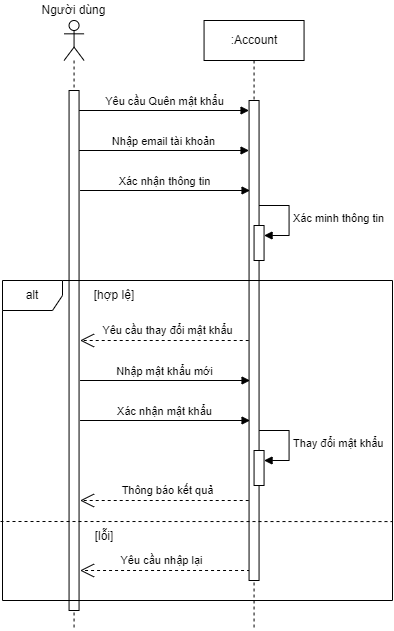
This is latex_thesis/Images/sequence/sequence_forgot_password.png from techcomrade/fmECG, a draw.io export, as it was before one commit. Source tidied: cells renumbered, new cells last; positions are measured from the earlier drawing's top-left corner, leaving out a move shared by most shapes. Source of this version:
```xml
<mxGraphModel>
  <root>
    <mxCell id="0" />
    <mxCell id="1" parent="0" />
    <mxCell id="2" value="Yêu cầu Quên mật khẩu" style="html=1;verticalAlign=bottom;endArrow=block;curved=0;rounded=0;" parent="1" edge="1" target="11">
      <mxGeometry relative="1" as="geometry">
        <mxPoint x="78.6" y="110" as="sourcePoint" />
      </mxGeometry>
    </mxCell>
    <mxCell id="3" value="Nhập email tài khoản" style="html=1;verticalAlign=bottom;endArrow=block;curved=0;rounded=0;" parent="1" edge="1">
      <mxGeometry relative="1" as="geometry">
        <mxPoint x="78.6" y="150" as="sourcePoint" />
        <mxPoint x="248.6" y="150" as="targetPoint" />
      </mxGeometry>
    </mxCell>
    <mxCell id="4" value="[hợp lệ]" style="text;html=1;strokeColor=none;fillColor=none;align=center;verticalAlign=middle;whiteSpace=wrap;rounded=0;" parent="1" vertex="1">
      <mxGeometry x="73.6" y="280" width="80.2" height="30" as="geometry" />
    </mxCell>
    <mxCell id="5" value="[lỗi]" style="text;html=1;strokeColor=none;fillColor=none;align=center;verticalAlign=middle;whiteSpace=wrap;rounded=0;" parent="1" vertex="1">
      <mxGeometry x="73.6" y="521" width="60" height="30" as="geometry" />
    </mxCell>
    <mxCell id="6" value="Yêu cầu nhập lại" style="endArrow=open;endSize=12;dashed=1;html=1;rounded=0;" parent="1" edge="1">
      <mxGeometry x="0.03" y="-10" relative="1" as="geometry">
        <mxPoint x="249.6" y="570" as="sourcePoint" />
        <mxPoint x="79.6" y="570" as="targetPoint" />
        <mxPoint x="-1" as="offset" />
      </mxGeometry>
    </mxCell>
    <mxCell id="7" value="&lt;div&gt;&lt;br&gt;&lt;/div&gt;" style="shape=umlLifeline;perimeter=lifelinePerimeter;whiteSpace=wrap;html=1;newEdgeStyle={&quot;curved&quot;:0,&quot;rounded&quot;:0};participant=umlActor;" parent="1" vertex="1">
      <mxGeometry x="63.6" y="20" width="20" height="610" as="geometry" />
    </mxCell>
    <mxCell id="8" style="html=1;perimeter=orthogonalPerimeter;targetShapes=umlLifeline;newEdgeStyle={&quot;curved&quot;:0,&quot;rounded&quot;:0};" parent="7" vertex="1">
      <mxGeometry x="5" y="70" width="10" height="520" as="geometry" />
    </mxCell>
    <mxCell id="9" value="Người dùng" style="text;html=1;strokeColor=none;fillColor=none;align=center;verticalAlign=middle;whiteSpace=wrap;rounded=0;" parent="1" vertex="1">
      <mxGeometry x="39" width="69.1" height="20" as="geometry" />
    </mxCell>
    <mxCell id="10" value=":Account" style="shape=umlLifeline;perimeter=lifelinePerimeter;whiteSpace=wrap;html=1;newEdgeStyle={&quot;curved&quot;:0,&quot;rounded&quot;:0};" parent="1" vertex="1">
      <mxGeometry x="203.6" y="20" width="100" height="610" as="geometry" />
    </mxCell>
    <mxCell id="11" style="html=1;points=[[0,0,0,0,5],[0,1,0,0,-5],[1,0,0,0,5],[1,1,0,0,-5]];perimeter=orthogonalPerimeter;outlineConnect=0;targetShapes=umlLifeline;portConstraint=eastwest;newEdgeStyle={&quot;curved&quot;:0,&quot;rounded&quot;:0};" parent="10" vertex="1">
      <mxGeometry x="45" y="80" width="10" height="480" as="geometry" />
    </mxCell>
    <mxCell id="12" style="html=1;points=[[0,0,0,0,5],[0,1,0,0,-5],[1,0,0,0,5],[1,1,0,0,-5]];perimeter=orthogonalPerimeter;outlineConnect=0;targetShapes=umlLifeline;portConstraint=eastwest;newEdgeStyle={&quot;curved&quot;:0,&quot;rounded&quot;:0};" parent="10" vertex="1">
      <mxGeometry x="50" y="205" width="10" height="35" as="geometry" />
    </mxCell>
    <mxCell id="13" value="Xác minh thông tin" style="html=1;align=left;spacingLeft=2;endArrow=block;rounded=0;edgeStyle=orthogonalEdgeStyle;curved=0;rounded=0;" parent="10" edge="1" target="12">
      <mxGeometry relative="1" as="geometry">
        <mxPoint x="55" y="185" as="sourcePoint" />
        <Array as="points">
          <mxPoint x="85" y="215" />
        </Array>
      </mxGeometry>
    </mxCell>
    <mxCell id="14" value="Yêu cầu thay đổi mật khẩu" style="endArrow=open;endSize=12;dashed=1;html=1;rounded=0;" parent="1" edge="1">
      <mxGeometry x="-0.03" y="-10" relative="1" as="geometry">
        <mxPoint x="248.2" y="340" as="sourcePoint" />
        <mxPoint x="79.6" y="340" as="targetPoint" />
      </mxGeometry>
    </mxCell>
    <mxCell id="15" style="endArrow=none;dashed=1;html=1;rounded=0;entryX=1;entryY=0.719;entryDx=0;entryDy=0;entryPerimeter=0;" parent="1" edge="1">
      <mxGeometry relative="1" as="geometry">
        <mxPoint y="521" as="sourcePoint" />
        <mxPoint x="392" y="521.1" as="targetPoint" />
      </mxGeometry>
    </mxCell>
    <mxCell id="16" value="Xác nhận thông tin" style="html=1;verticalAlign=bottom;endArrow=block;curved=0;rounded=0;" parent="1" edge="1">
      <mxGeometry relative="1" as="geometry">
        <mxPoint x="79.6" y="190" as="sourcePoint" />
        <mxPoint x="249.6" y="190" as="targetPoint" />
      </mxGeometry>
    </mxCell>
    <mxCell id="17" value="alt" style="shape=umlFrame;whiteSpace=wrap;html=1;" parent="1" vertex="1">
      <mxGeometry x="2" y="280" width="390" height="320" as="geometry" />
    </mxCell>
    <mxCell id="18" value="Nhập mật khẩu mới" style="html=1;verticalAlign=bottom;endArrow=block;curved=0;rounded=0;" parent="1" edge="1">
      <mxGeometry relative="1" as="geometry">
        <mxPoint x="79.6" y="380" as="sourcePoint" />
        <mxPoint x="249.6" y="380" as="targetPoint" />
      </mxGeometry>
    </mxCell>
    <mxCell id="19" value="Xác nhận mật khẩu" style="html=1;verticalAlign=bottom;endArrow=block;curved=0;rounded=0;" parent="1" edge="1">
      <mxGeometry relative="1" as="geometry">
        <mxPoint x="79.6" y="420" as="sourcePoint" />
        <mxPoint x="249.6" y="420" as="targetPoint" />
      </mxGeometry>
    </mxCell>
    <mxCell id="20" style="html=1;points=[[0,0,0,0,5],[0,1,0,0,-5],[1,0,0,0,5],[1,1,0,0,-5]];perimeter=orthogonalPerimeter;outlineConnect=0;targetShapes=umlLifeline;portConstraint=eastwest;newEdgeStyle={&quot;curved&quot;:0,&quot;rounded&quot;:0};" parent="1" vertex="1">
      <mxGeometry x="253.6" y="450" width="10" height="35" as="geometry" />
    </mxCell>
    <mxCell id="21" value="Thay đổi mật khẩu" style="html=1;align=left;spacingLeft=2;endArrow=block;rounded=0;edgeStyle=orthogonalEdgeStyle;curved=0;rounded=0;" parent="1" edge="1" target="20">
      <mxGeometry relative="1" as="geometry">
        <mxPoint x="258.6" y="430" as="sourcePoint" />
        <Array as="points">
          <mxPoint x="288.6" y="460" />
        </Array>
      </mxGeometry>
    </mxCell>
    <mxCell id="22" value="Thông báo kết quả" style="endArrow=open;endSize=12;dashed=1;html=1;rounded=0;" parent="1" edge="1">
      <mxGeometry x="-0.03" y="-10" relative="1" as="geometry">
        <mxPoint x="248.2" y="500" as="sourcePoint" />
        <mxPoint x="79.6" y="500" as="targetPoint" />
      </mxGeometry>
    </mxCell>
  </root>
</mxGraphModel>
```
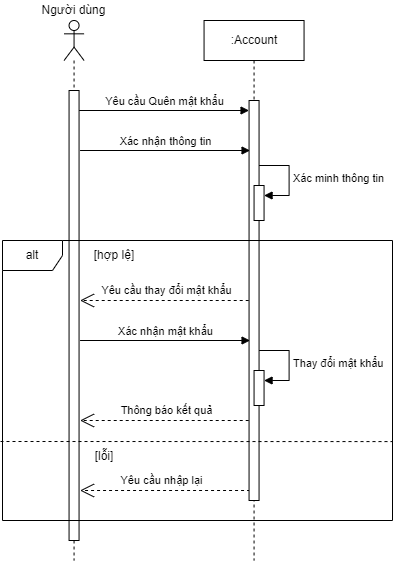
Later version of the same file.

Commit message:
fix(thesis): update sequence diagram

The edit, as a diff of the source:
```diff
@@ -7,99 +7,87 @@
         <mxPoint x="78.6" y="110" as="sourcePoint" />
       </mxGeometry>
     </mxCell>
-    <mxCell id="3" value="Nhập email tài khoản" style="html=1;verticalAlign=bottom;endArrow=block;curved=0;rounded=0;" parent="1" edge="1">
-      <mxGeometry relative="1" as="geometry">
-        <mxPoint x="78.6" y="150" as="sourcePoint" />
-        <mxPoint x="248.6" y="150" as="targetPoint" />
-      </mxGeometry>
-    </mxCell>
     <mxCell id="4" value="[hợp lệ]" style="text;html=1;strokeColor=none;fillColor=none;align=center;verticalAlign=middle;whiteSpace=wrap;rounded=0;" parent="1" vertex="1">
-      <mxGeometry x="73.6" y="280" width="80.2" height="30" as="geometry" />
+      <mxGeometry x="73.6" y="240" width="80.2" height="30" as="geometry" />
     </mxCell>
     <mxCell id="5" value="[lỗi]" style="text;html=1;strokeColor=none;fillColor=none;align=center;verticalAlign=middle;whiteSpace=wrap;rounded=0;" parent="1" vertex="1">
-      <mxGeometry x="73.6" y="521" width="60" height="30" as="geometry" />
+      <mxGeometry x="73.6" y="441" width="60" height="30" as="geometry" />
     </mxCell>
     <mxCell id="6" value="Yêu cầu nhập lại" style="endArrow=open;endSize=12;dashed=1;html=1;rounded=0;" parent="1" edge="1">
       <mxGeometry x="0.03" y="-10" relative="1" as="geometry">
-        <mxPoint x="249.6" y="570" as="sourcePoint" />
-        <mxPoint x="79.6" y="570" as="targetPoint" />
+        <mxPoint x="249.6" y="490" as="sourcePoint" />
+        <mxPoint x="79.6" y="490" as="targetPoint" />
         <mxPoint x="-1" as="offset" />
       </mxGeometry>
     </mxCell>
     <mxCell id="7" value="&lt;div&gt;&lt;br&gt;&lt;/div&gt;" style="shape=umlLifeline;perimeter=lifelinePerimeter;whiteSpace=wrap;html=1;newEdgeStyle={&quot;curved&quot;:0,&quot;rounded&quot;:0};participant=umlActor;" parent="1" vertex="1">
-      <mxGeometry x="63.6" y="20" width="20" height="610" as="geometry" />
+      <mxGeometry x="63.6" y="20" width="20" height="540" as="geometry" />
     </mxCell>
     <mxCell id="8" style="html=1;perimeter=orthogonalPerimeter;targetShapes=umlLifeline;newEdgeStyle={&quot;curved&quot;:0,&quot;rounded&quot;:0};" parent="7" vertex="1">
-      <mxGeometry x="5" y="70" width="10" height="520" as="geometry" />
+      <mxGeometry x="5" y="70" width="10" height="450" as="geometry" />
     </mxCell>
     <mxCell id="9" value="Người dùng" style="text;html=1;strokeColor=none;fillColor=none;align=center;verticalAlign=middle;whiteSpace=wrap;rounded=0;" parent="1" vertex="1">
       <mxGeometry x="39" width="69.1" height="20" as="geometry" />
     </mxCell>
     <mxCell id="10" value=":Account" style="shape=umlLifeline;perimeter=lifelinePerimeter;whiteSpace=wrap;html=1;newEdgeStyle={&quot;curved&quot;:0,&quot;rounded&quot;:0};" parent="1" vertex="1">
-      <mxGeometry x="203.6" y="20" width="100" height="610" as="geometry" />
+      <mxGeometry x="203.6" y="20" width="100" height="540" as="geometry" />
     </mxCell>
     <mxCell id="11" style="html=1;points=[[0,0,0,0,5],[0,1,0,0,-5],[1,0,0,0,5],[1,1,0,0,-5]];perimeter=orthogonalPerimeter;outlineConnect=0;targetShapes=umlLifeline;portConstraint=eastwest;newEdgeStyle={&quot;curved&quot;:0,&quot;rounded&quot;:0};" parent="10" vertex="1">
-      <mxGeometry x="45" y="80" width="10" height="480" as="geometry" />
+      <mxGeometry x="45" y="80" width="10" height="400" as="geometry" />
     </mxCell>
     <mxCell id="12" style="html=1;points=[[0,0,0,0,5],[0,1,0,0,-5],[1,0,0,0,5],[1,1,0,0,-5]];perimeter=orthogonalPerimeter;outlineConnect=0;targetShapes=umlLifeline;portConstraint=eastwest;newEdgeStyle={&quot;curved&quot;:0,&quot;rounded&quot;:0};" parent="10" vertex="1">
-      <mxGeometry x="50" y="205" width="10" height="35" as="geometry" />
+      <mxGeometry x="50" y="165" width="10" height="35" as="geometry" />
     </mxCell>
     <mxCell id="13" value="Xác minh thông tin" style="html=1;align=left;spacingLeft=2;endArrow=block;rounded=0;edgeStyle=orthogonalEdgeStyle;curved=0;rounded=0;" parent="10" edge="1" target="12">
       <mxGeometry relative="1" as="geometry">
-        <mxPoint x="55" y="185" as="sourcePoint" />
+        <mxPoint x="55" y="145" as="sourcePoint" />
         <Array as="points">
-          <mxPoint x="85" y="215" />
+          <mxPoint x="85" y="175" />
         </Array>
       </mxGeometry>
     </mxCell>
     <mxCell id="14" value="Yêu cầu thay đổi mật khẩu" style="endArrow=open;endSize=12;dashed=1;html=1;rounded=0;" parent="1" edge="1">
       <mxGeometry x="-0.03" y="-10" relative="1" as="geometry">
-        <mxPoint x="248.2" y="340" as="sourcePoint" />
-        <mxPoint x="79.6" y="340" as="targetPoint" />
+        <mxPoint x="248.2" y="300" as="sourcePoint" />
+        <mxPoint x="79.6" y="300" as="targetPoint" />
       </mxGeometry>
     </mxCell>
     <mxCell id="15" style="endArrow=none;dashed=1;html=1;rounded=0;entryX=1;entryY=0.719;entryDx=0;entryDy=0;entryPerimeter=0;" parent="1" edge="1">
       <mxGeometry relative="1" as="geometry">
-        <mxPoint y="521" as="sourcePoint" />
-        <mxPoint x="392" y="521.1" as="targetPoint" />
+        <mxPoint y="441" as="sourcePoint" />
+        <mxPoint x="392" y="441.1" as="targetPoint" />
       </mxGeometry>
     </mxCell>
     <mxCell id="16" value="Xác nhận thông tin" style="html=1;verticalAlign=bottom;endArrow=block;curved=0;rounded=0;" parent="1" edge="1">
       <mxGeometry relative="1" as="geometry">
-        <mxPoint x="79.6" y="190" as="sourcePoint" />
-        <mxPoint x="249.6" y="190" as="targetPoint" />
+        <mxPoint x="79.6" y="150" as="sourcePoint" />
+        <mxPoint x="249.6" y="150" as="targetPoint" />
       </mxGeometry>
     </mxCell>
     <mxCell id="17" value="alt" style="shape=umlFrame;whiteSpace=wrap;html=1;" parent="1" vertex="1">
-      <mxGeometry x="2" y="280" width="390" height="320" as="geometry" />
+      <mxGeometry x="2" y="240" width="390" height="280" as="geometry" />
     </mxCell>
-    <mxCell id="18" value="Nhập mật khẩu mới" style="html=1;verticalAlign=bottom;endArrow=block;curved=0;rounded=0;" parent="1" edge="1">
-      <mxGeometry relative="1" as="geometry">
-        <mxPoint x="79.6" y="380" as="sourcePoint" />
-        <mxPoint x="249.6" y="380" as="targetPoint" />
-      </mxGeometry>
-    </mxCell>
     <mxCell id="19" value="Xác nhận mật khẩu" style="html=1;verticalAlign=bottom;endArrow=block;curved=0;rounded=0;" parent="1" edge="1">
       <mxGeometry relative="1" as="geometry">
-        <mxPoint x="79.6" y="420" as="sourcePoint" />
-        <mxPoint x="249.6" y="420" as="targetPoint" />
+        <mxPoint x="79.6" y="340" as="sourcePoint" />
+        <mxPoint x="249.6" y="340" as="targetPoint" />
       </mxGeometry>
     </mxCell>
     <mxCell id="20" style="html=1;points=[[0,0,0,0,5],[0,1,0,0,-5],[1,0,0,0,5],[1,1,0,0,-5]];perimeter=orthogonalPerimeter;outlineConnect=0;targetShapes=umlLifeline;portConstraint=eastwest;newEdgeStyle={&quot;curved&quot;:0,&quot;rounded&quot;:0};" parent="1" vertex="1">
-      <mxGeometry x="253.6" y="450" width="10" height="35" as="geometry" />
+      <mxGeometry x="253.6" y="370" width="10" height="35" as="geometry" />
     </mxCell>
     <mxCell id="21" value="Thay đổi mật khẩu" style="html=1;align=left;spacingLeft=2;endArrow=block;rounded=0;edgeStyle=orthogonalEdgeStyle;curved=0;rounded=0;" parent="1" edge="1" target="20">
       <mxGeometry relative="1" as="geometry">
-        <mxPoint x="258.6" y="430" as="sourcePoint" />
+        <mxPoint x="258.6" y="350" as="sourcePoint" />
         <Array as="points">
-          <mxPoint x="288.6" y="460" />
+          <mxPoint x="288.6" y="380" />
         </Array>
       </mxGeometry>
     </mxCell>
     <mxCell id="22" value="Thông báo kết quả" style="endArrow=open;endSize=12;dashed=1;html=1;rounded=0;" parent="1" edge="1">
       <mxGeometry x="-0.03" y="-10" relative="1" as="geometry">
-        <mxPoint x="248.2" y="500" as="sourcePoint" />
-        <mxPoint x="79.6" y="500" as="targetPoint" />
+        <mxPoint x="248.2" y="420" as="sourcePoint" />
+        <mxPoint x="79.6" y="420" as="targetPoint" />
       </mxGeometry>
     </mxCell>
   </root>
```
